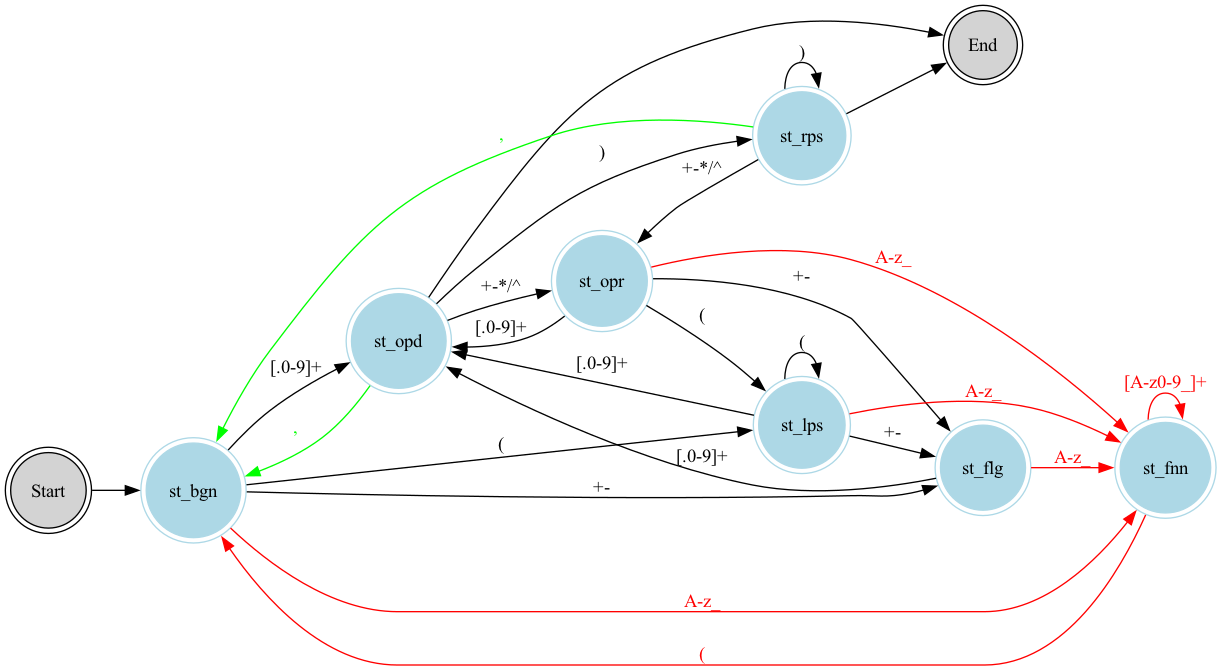
Earlier version of the Graphviz export state_transition.png (jacoolee/calc). Its source is kept beside it as state_transition.dot.
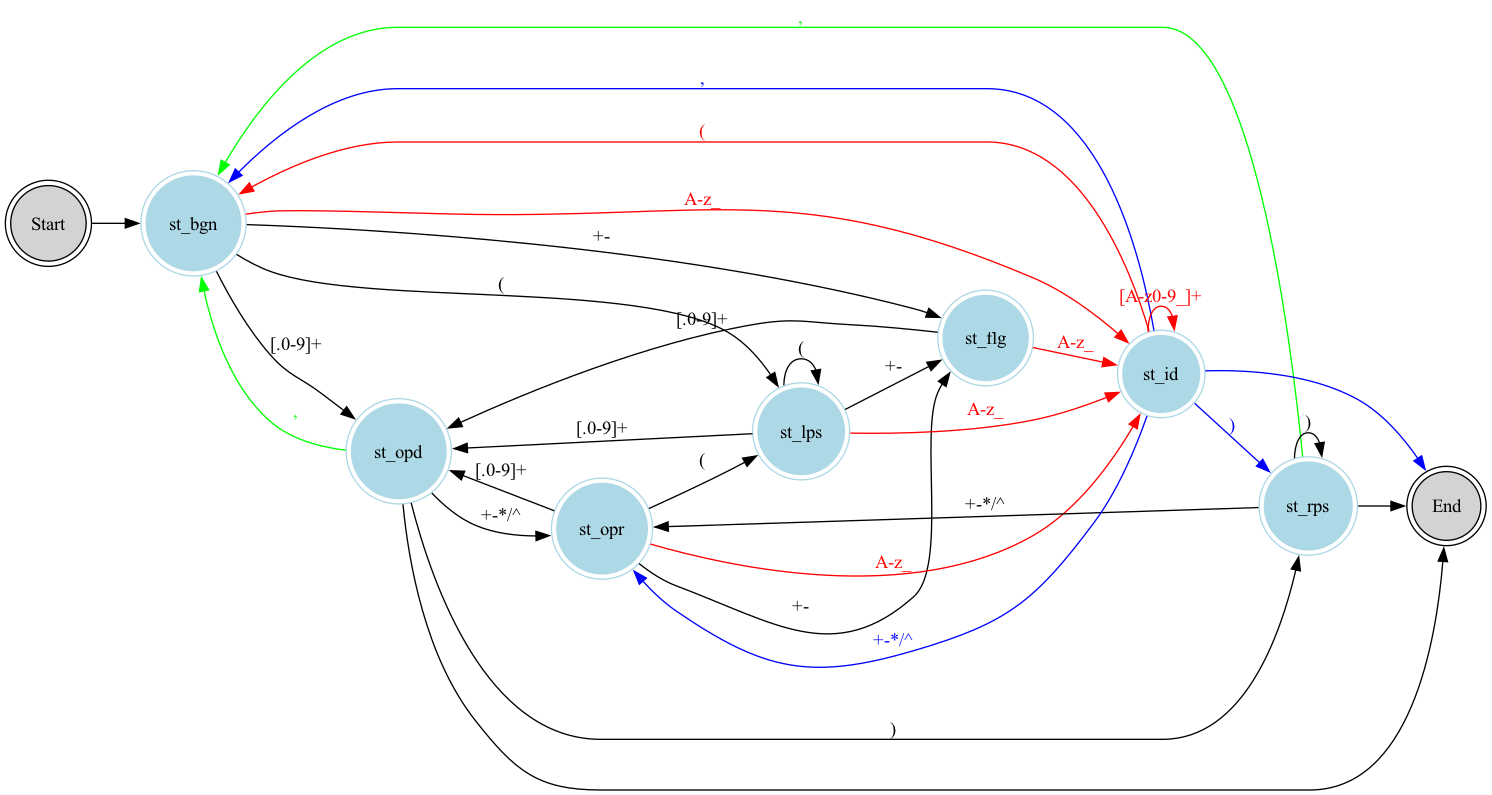
Later version of the same file.

What changed in the source:
```diff
@@ -11,7 +11,7 @@
         st_lps [shape=circle,peripheries=2,color=lightblue,style=filled,label="st_lps"]
         st_rps [shape=circle,peripheries=2,color=lightblue,style=filled,label="st_rps"]
         st_flg [shape=circle,peripheries=2,color=lightblue,style=filled,label="st_flg"]
-        st_fnn [shape=circle,peripheries=2,color=lightblue,style=filled,label="st_fnn"]
+        st_id  [shape=circle,peripheries=2,color=lightblue,style=filled,label="st_id"]
         st_end [shape=circle,peripheries=2,style=filled,label="End"]
 
         st_start -> st_bgn;
@@ -19,7 +19,7 @@
         st_bgn -> st_opd[label="[.0-9]+"];
         st_bgn -> st_lps[label="("];
         st_bgn -> st_flg[label="+-"];
-        st_bgn -> st_fnn[label="A-z_", color="red", fontcolor="red"];
+        st_bgn -> st_id[label="A-z_", color="red", fontcolor="red"];
 
         st_opd -> st_opr[label="+-*/^"];
         st_opd -> st_rps[label=")"];
@@ -29,12 +29,12 @@
         st_opr -> st_opd[label="[.0-9]+"];
         st_opr -> st_lps[label="("];
         st_opr -> st_flg[label="+-"];
-        st_opr -> st_fnn[label="A-z_", color="red", fontcolor="red"];
+        st_opr -> st_id[label="A-z_", color="red", fontcolor="red"];
 
         st_lps -> st_opd[label="[.0-9]+"];
         st_lps -> st_lps[label="("];
         st_lps -> st_flg[label="+-"];
-        st_lps -> st_fnn[label="A-z_", color="red", fontcolor="red"];
+        st_lps -> st_id[label="A-z_", color="red", fontcolor="red"];
 
         st_rps -> st_opr[label="+-*/^"];
         st_rps -> st_rps[label=")"];
@@ -42,14 +42,15 @@
         st_rps -> st_end[label=""];
 
         st_flg -> st_opd[label="[.0-9]+"];
-        st_flg -> st_fnn[label="A-z_", color="red", fontcolor="red"];
+        st_flg -> st_id[label="A-z_", color="red", fontcolor="red"];
 
-        st_fnn -> st_fnn[label="[A-z0-9_]+", color="red", fontcolor="red"];
-        st_fnn -> st_bgn[label="(", color="red", fontcolor="red"];
-    }
+        st_id -> st_id[label="[A-z0-9_]+", color="red", fontcolor="red"];
+        st_id -> st_bgn[label="(", color="red", fontcolor="red"];
 
-    {
-        rank = same;
-        st_lps; st_rps;
+        st_id -> st_opr[label="+-*/^", color="blue", fontcolor="blue"];
+        st_id -> st_rps[label=")", color="blue", fontcolor="blue"];
+        st_id -> st_bgn[label=",", color="blue", fontcolor="blue"];
+        st_id -> st_end[label="", color="blue", fontcolor="blue"];
+
     }
 }
```
